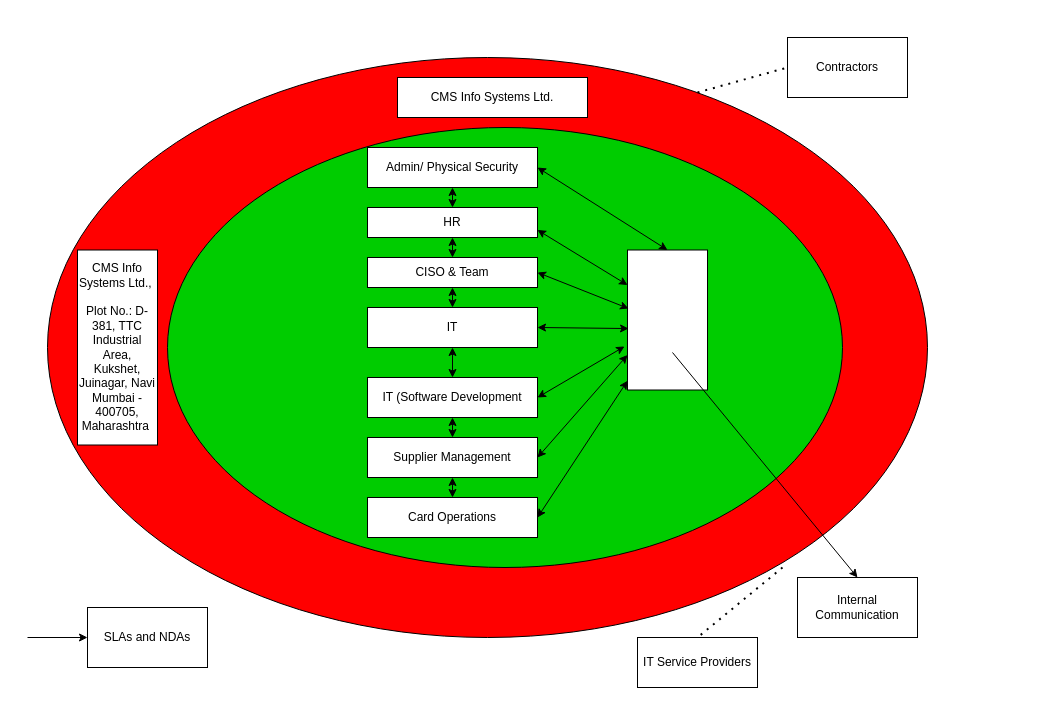
This is Untitled Diagram.drawio from anushkapandit14/Library-Management, a draw.io file, before an edit. Source tidied: cells renumbered, new cells numbered last; positions are measured from the earlier drawing's top-left corner, leaving out a move shared by most shapes. Both pictures are drawn from the tidied source at 100%, with x=0, y=0 at pixel (27, 37).
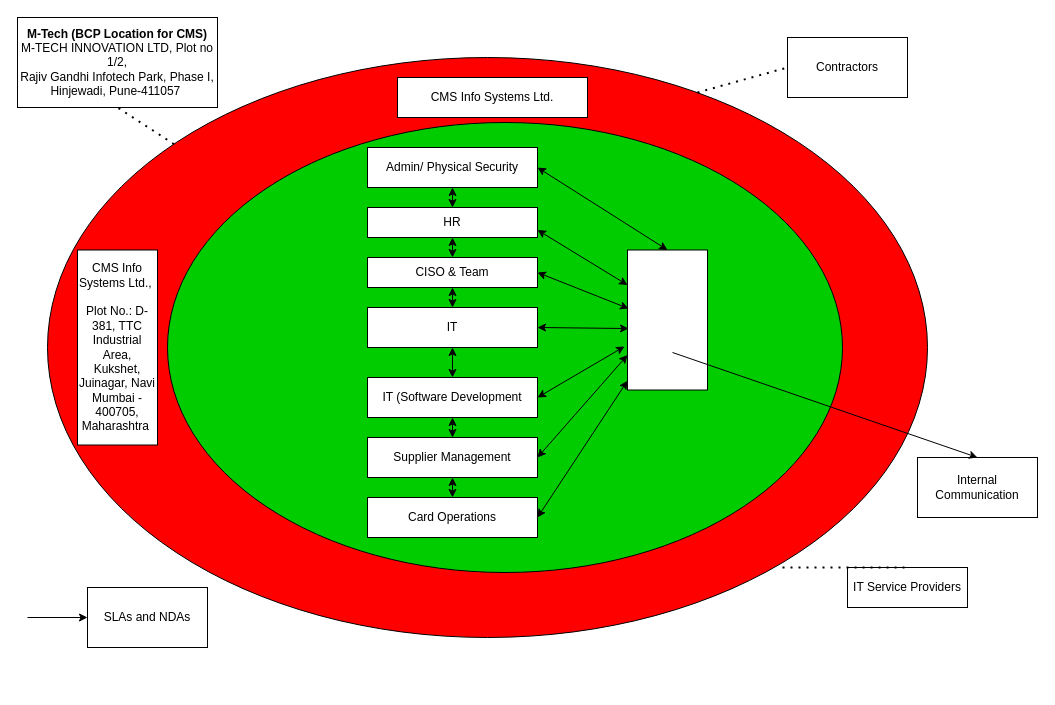
The same diagram, later.

The change refers to these unchanged cells:
```xml
<mxCell id="2" style="ellipse;whiteSpace=wrap;html=1;fillColor=#FF0000;" parent="1" vertex="1">
  <mxGeometry x="20" y="20" width="880" height="580" as="geometry" />
</mxCell>
```

Change to the diagram source:
```diff
@@
     <mxCell id="3" style="ellipse;whiteSpace=wrap;labelBackgroundColor=#00FF00;fillColor=#00CC00;" parent="1" vertex="1">
-      <mxGeometry x="140" y="90" width="675" height="440" as="geometry" />
+      <mxGeometry x="140" y="85" width="675" height="450" as="geometry" />
     </mxCell>
@@
     <mxCell id="14" value="SLAs and NDAs" style="rounded=0;whiteSpace=wrap;html=1;" parent="1" vertex="1">
-      <mxGeometry x="60" y="570" width="120" height="60" as="geometry" />
+      <mxGeometry x="60" y="550" width="120" height="60" as="geometry" />
     </mxCell>
     <mxCell id="15" style="endArrow=classic;html=1;rounded=0;entryX=0;entryY=0.5;entryDx=0;entryDy=0;" parent="1" edge="1" target="14">
       <mxGeometry relative="1" as="geometry">
-        <mxPoint y="600" as="sourcePoint" />
+        <mxPoint y="580" as="sourcePoint" />
       </mxGeometry>
     </mxCell>
     <mxCell id="16" value="IT Service Providers" style="rounded=0;whiteSpace=wrap;html=1;" parent="1" vertex="1">
-      <mxGeometry x="610" y="600" width="120" height="50" as="geometry" />
+      <mxGeometry x="820" y="530" width="120" height="40" as="geometry" />
     </mxCell>
@@
     <mxCell id="33" value="Internal Communication" style="rounded=0;whiteSpace=wrap;html=1;" parent="1" vertex="1">
-      <mxGeometry x="770" y="540" width="120" height="60" as="geometry" />
+      <mxGeometry x="890" y="420" width="120" height="60" as="geometry" />
     </mxCell>
@@
+    <mxCell id="35" value="&lt;b&gt;M-Tech (BCP Location for CMS)&lt;/b&gt;&lt;br&gt;M-TECH INNOVATION LTD, Plot no 1/2, &lt;br/&gt;Rajiv Gandhi Infotech Park, Phase I,&lt;br/&gt;Hinjewadi, Pune-411057&amp;nbsp;" style="rounded=0;whiteSpace=wrap;html=1;" parent="1" vertex="1">
+      <mxGeometry x="-10" y="-20" width="200" height="90" as="geometry" />
+    </mxCell>
+    <mxCell id="36" style="endArrow=none;dashed=1;html=1;dashPattern=1 3;strokeWidth=2;rounded=0;entryX=0.5;entryY=1;entryDx=0;entryDy=0;" parent="1" edge="1" source="2" target="35">
+      <mxGeometry relative="1" as="geometry" />
+    </mxCell>
```
